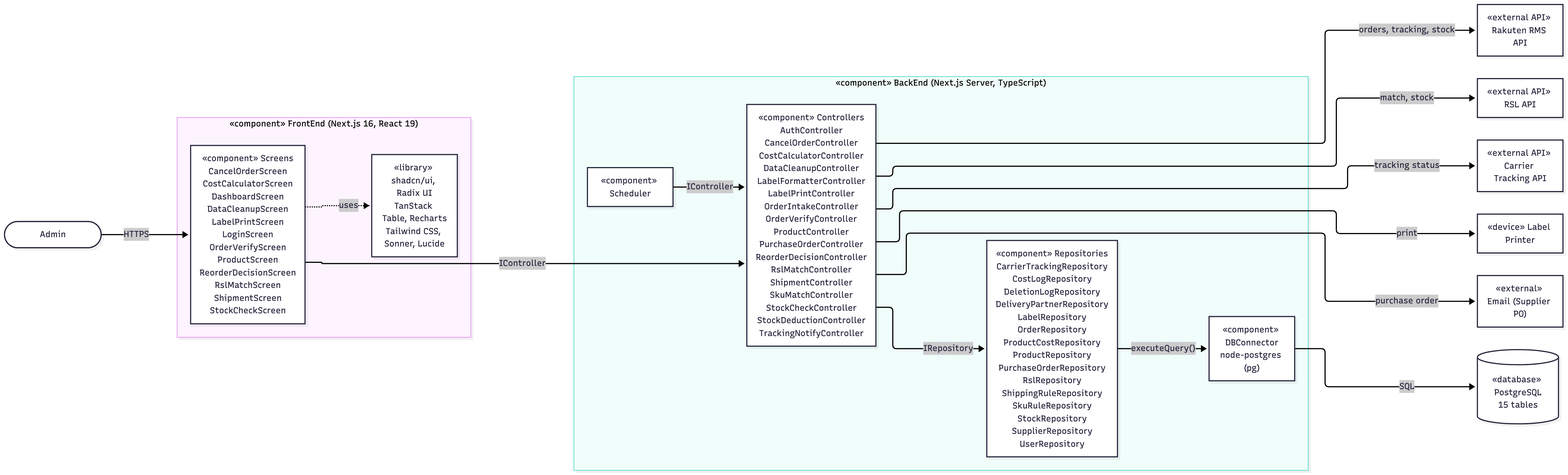
Earlier version of the Mermaid export 04-chapter2-diagrams-database/diagrams/png/component.png (xbpkdi/321-sa-proj). Its source is kept beside it as 04-chapter2-diagrams-database/diagrams/src/component.mmd. The source it was exported from:
```mermaid
%%{init: {'flowchart': {'nodeSpacing': 40, 'rankSpacing': 70}, 'themeVariables': {'fontSize': '15px'}}}%%
flowchart LR
    Admin(["Admin"])
    subgraph FE["«component» FrontEnd (Next.js 16, React 19)"]
        direction TB
        Pages["«component» Screens<br/>CancelOrderScreen<br/>CostCalculatorScreen<br/>DashboardScreen<br/>DataCleanupScreen<br/>LabelPrintScreen<br/>LoginScreen<br/>OrderVerifyScreen<br/>ProductScreen<br/>ReorderDecisionScreen<br/>RslMatchScreen<br/>ShipmentScreen<br/>StockCheckScreen"]
        UILib["«library» shadcn/ui, Radix UI<br/>TanStack Table, Recharts<br/>Tailwind CSS, Sonner, Lucide"]
    end
    subgraph BE["«component» BackEnd (Next.js Server, TypeScript)"]
        direction TB
        Ctrl["«component» Controllers<br/>AuthController<br/>CancelOrderController<br/>CostCalculatorController<br/>DataCleanupController<br/>LabelFormatterController<br/>LabelPrintController<br/>OrderIntakeController<br/>OrderVerifyController<br/>ProductController<br/>PurchaseOrderController<br/>ReorderDecisionController<br/>RslMatchController<br/>ShipmentController<br/>SkuMatchController<br/>StockCheckController<br/>StockDeductionController<br/>TrackingNotifyController"]
        Repo["«component» Repositories<br/>CarrierTrackingRepository<br/>CostLogRepository<br/>DeletionLogRepository<br/>DeliveryPartnerRepository<br/>LabelRepository<br/>OrderRepository<br/>ProductCostRepository<br/>ProductRepository<br/>PurchaseOrderRepository<br/>RslRepository<br/>ShippingRuleRepository<br/>SkuRuleRepository<br/>StockRepository<br/>SupplierRepository<br/>UserRepository"]
        Conn["«component» DBConnector<br/>node-postgres (pg)"]
        Sched["«component» Scheduler"]
    end
    DB[("«database» PostgreSQL<br/>15 tables")]
    RMS["«external API» Rakuten RMS API"]
    RSL["«external API» RSL API"]
    Carrier["«external API» Carrier Tracking API"]
    Printer["«device» Label Printer"]
    Mail["«external» Email (Supplier PO)"]

    Admin -->|"HTTPS"| Pages
    Pages -. uses .-> UILib
    Pages -->|"IController"| Ctrl
    Sched -->|"IController"| Ctrl
    Ctrl -->|"IRepository"| Repo
    Repo -->|"executeQuery()"| Conn
    Conn -->|"SQL"| DB
    Ctrl -->|"orders, tracking, stock"| RMS
    Ctrl -->|"match, stock"| RSL
    Ctrl -->|"tracking status"| Carrier
    Ctrl -->|"print"| Printer
    Ctrl -->|"purchase order"| Mail
```
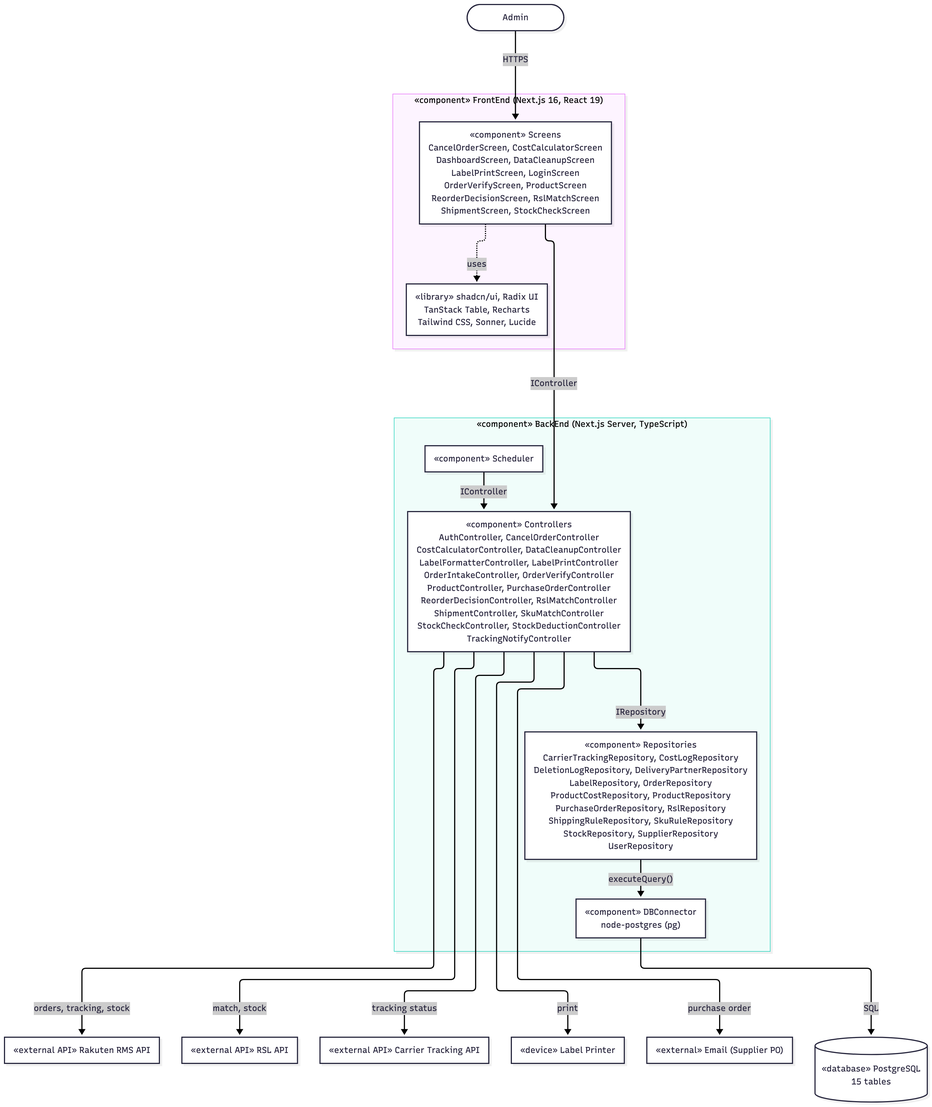
The same diagram one commit later.

Diff of the diagram source:
```diff
@@ -1,15 +1,15 @@
-%%{init: {'flowchart': {'nodeSpacing': 40, 'rankSpacing': 70}, 'themeVariables': {'fontSize': '15px'}}}%%
-flowchart LR
+%%{init: {'flowchart': {'nodeSpacing': 40, 'rankSpacing': 55, 'wrappingWidth': 700}, 'themeVariables': {'fontSize': '15px'}}}%%
+flowchart TB
     Admin(["Admin"])
     subgraph FE["«component» FrontEnd (Next.js 16, React 19)"]
-        direction TB
-        Pages["«component» Screens<br/>CancelOrderScreen<br/>CostCalculatorScreen<br/>DashboardScreen<br/>DataCleanupScreen<br/>LabelPrintScreen<br/>LoginScreen<br/>OrderVerifyScreen<br/>ProductScreen<br/>ReorderDecisionScreen<br/>RslMatchScreen<br/>ShipmentScreen<br/>StockCheckScreen"]
+        direction LR
+        Pages["«component» Screens<br/>CancelOrderScreen, CostCalculatorScreen<br/>DashboardScreen, DataCleanupScreen<br/>LabelPrintScreen, LoginScreen<br/>OrderVerifyScreen, ProductScreen<br/>ReorderDecisionScreen, RslMatchScreen<br/>ShipmentScreen, StockCheckScreen"]
         UILib["«library» shadcn/ui, Radix UI<br/>TanStack Table, Recharts<br/>Tailwind CSS, Sonner, Lucide"]
     end
     subgraph BE["«component» BackEnd (Next.js Server, TypeScript)"]
         direction TB
-        Ctrl["«component» Controllers<br/>AuthController<br/>CancelOrderController<br/>CostCalculatorController<br/>DataCleanupController<br/>LabelFormatterController<br/>LabelPrintController<br/>OrderIntakeController<br/>OrderVerifyController<br/>ProductController<br/>PurchaseOrderController<br/>ReorderDecisionController<br/>RslMatchController<br/>ShipmentController<br/>SkuMatchController<br/>StockCheckController<br/>StockDeductionController<br/>TrackingNotifyController"]
-        Repo["«component» Repositories<br/>CarrierTrackingRepository<br/>CostLogRepository<br/>DeletionLogRepository<br/>DeliveryPartnerRepository<br/>LabelRepository<br/>OrderRepository<br/>ProductCostRepository<br/>ProductRepository<br/>PurchaseOrderRepository<br/>RslRepository<br/>ShippingRuleRepository<br/>SkuRuleRepository<br/>StockRepository<br/>SupplierRepository<br/>UserRepository"]
+        Ctrl["«component» Controllers<br/>AuthController, CancelOrderController<br/>CostCalculatorController, DataCleanupController<br/>LabelFormatterController, LabelPrintController<br/>OrderIntakeController, OrderVerifyController<br/>ProductController, PurchaseOrderController<br/>ReorderDecisionController, RslMatchController<br/>ShipmentController, SkuMatchController<br/>StockCheckController, StockDeductionController<br/>TrackingNotifyController"]
+        Repo["«component» Repositories<br/>CarrierTrackingRepository, CostLogRepository<br/>DeletionLogRepository, DeliveryPartnerRepository<br/>LabelRepository, OrderRepository<br/>ProductCostRepository, ProductRepository<br/>PurchaseOrderRepository, RslRepository<br/>ShippingRuleRepository, SkuRuleRepository<br/>StockRepository, SupplierRepository<br/>UserRepository"]
         Conn["«component» DBConnector<br/>node-postgres (pg)"]
         Sched["«component» Scheduler"]
     end
```
